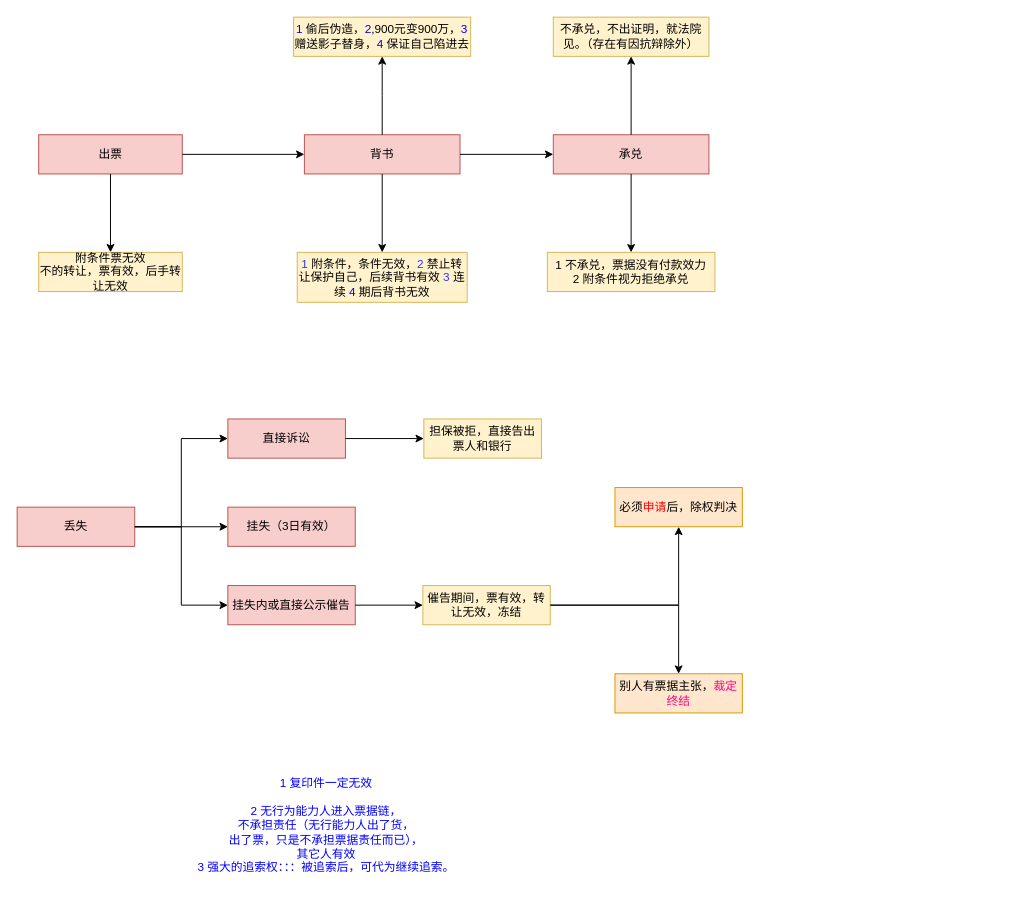
Before: 流程图文件/商经知/专题6票据法.drawio in woshiduanli/Study, a draw.io diagram. Source tidied: cells renumbered, new cells numbered last; positions are measured from the earlier drawing's top-left corner, leaving out a move shared by most shapes. Both pictures are drawn from the tidied source at 98%, with x=0, y=0 at pixel (17, 17).
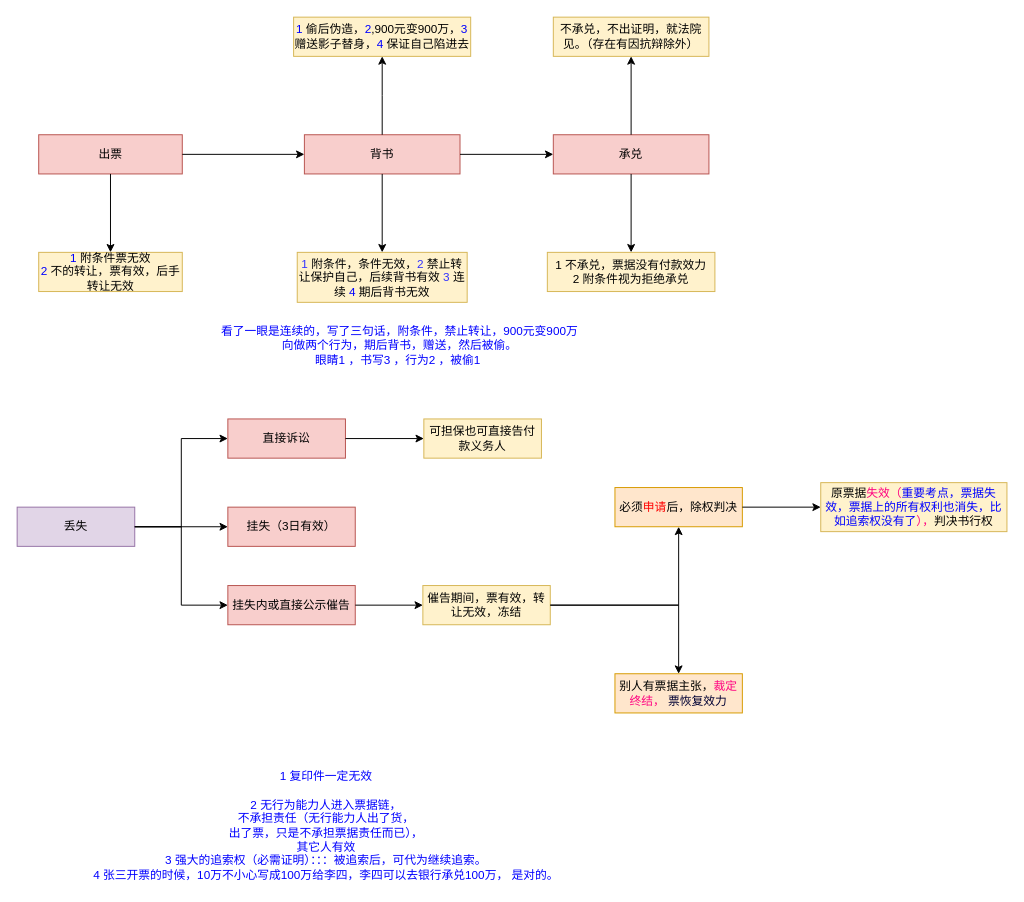
The same page after the edit.

Commit message (it also covers changes not shown here):
更新专题6票据法.drawio

The change refers to these unchanged cells:
```xml
<mxCell id="3" style="group;" parent="1" vertex="1">
  <mxGeometry y="410" width="740" height="300" as="geometry" />
</mxCell>
<mxCell id="13" value="必须&lt;font color=&quot;#ff0000&quot;&gt;申请&lt;/font&gt;后，除权判决" style="rounded=0;whiteSpace=wrap;html=1;fillColor=#ffe6cc;strokeColor=#d79b00;" parent="3" vertex="1">
  <mxGeometry x="610" y="70" width="130" height="40" as="geometry" />
</mxCell>
<mxCell id="19" style="group;" parent="1" vertex="1">
  <mxGeometry x="22" width="690" height="291" as="geometry" />
</mxCell>
```

Change to the diagram source:
```diff
@@
-    <mxCell id="2" value="&lt;font color=&quot;#0000ff&quot;&gt;1 复印件一定无效&lt;br&gt;&lt;br&gt;2 无行为能力人进入票据链，&lt;br&gt;不承担责任（无行能力人出了货，&lt;br&gt;出了票，只是不承担票据责任而已）， &lt;br&gt;其它人有效&lt;br&gt;3 强大的追索权：：：被追索后，可代为继续追索。&lt;br&gt;&lt;/font&gt;" style="text;html=1;align=center;verticalAlign=middle;strokeColor=none;fillColor=none;fontColor=#FF0080;" parent="1" vertex="1">
-      <mxGeometry x="170" y="775" width="290" height="100" as="geometry" />
+    <mxCell id="2" value="&lt;font color=&quot;#0000ff&quot;&gt;1 复印件一定无效&lt;br&gt;&lt;br&gt;2 无行为能力人进入票据链，&lt;br&gt;不承担责任（无行能力人出了货，&lt;br&gt;出了票，只是不承担票据责任而已）， &lt;br&gt;其它人有效&lt;br&gt;3 强大的追索权（必需证明）：：：被追索后，可代为继续追索。&lt;br&gt;4 张三开票的时候，10万不小心写成100万给李四，李四可以去银行承兑100万， 是对的。&lt;br&gt;&lt;/font&gt;" style="text;html=1;align=center;verticalAlign=middle;strokeColor=none;fillColor=none;fontColor=#FF0080;" parent="1" vertex="1">
+      <mxGeometry x="70" y="765" width="490" height="120" as="geometry" />
     </mxCell>
@@
-    <mxCell id="4" value="丢失" style="rounded=0;whiteSpace=wrap;html=1;fillColor=#f8cecc;strokeColor=#b85450;" parent="3" vertex="1">
+    <mxCell id="4" value="丢失" style="rounded=0;whiteSpace=wrap;html=1;fillColor=#e1d5e7;strokeColor=#9673a6;" parent="3" vertex="1">
       <mxGeometry y="90" width="120" height="40" as="geometry" />
     </mxCell>
@@
-    <mxCell id="15" value="别人有票据主张，&lt;font color=&quot;#ff0080&quot;&gt;裁定终结&lt;/font&gt;" style="rounded=0;whiteSpace=wrap;html=1;fillColor=#ffe6cc;strokeColor=#d79b00;" parent="3" vertex="1">
+    <mxCell id="15" value="别人有票据主张，&lt;font color=&quot;#ff0080&quot;&gt;裁定终结， &lt;/font&gt;&lt;font color=&quot;#000033&quot;&gt;票恢复效力&lt;/font&gt;" style="rounded=0;whiteSpace=wrap;html=1;fillColor=#ffe6cc;strokeColor=#d79b00;" parent="3" vertex="1">
       <mxGeometry x="610" y="260" width="130" height="40" as="geometry" />
     </mxCell>
@@
-    <mxCell id="17" value="担保被拒，直接告出票人和银行" style="rounded=0;whiteSpace=wrap;html=1;fillColor=#fff2cc;strokeColor=#d6b656;" parent="3" vertex="1">
+    <mxCell id="17" value="可担保也可直接告付款义务人" style="rounded=0;whiteSpace=wrap;html=1;fillColor=#fff2cc;strokeColor=#d6b656;" parent="3" vertex="1">
       <mxGeometry x="415" width="120" height="40" as="geometry" />
     </mxCell>
@@
-    <mxCell id="25" value="附条件票无效&lt;br&gt;不的转让，票有效，后手转让无效" style="rounded=0;whiteSpace=wrap;html=1;fillColor=#fff2cc;strokeColor=#d6b656;" parent="19" vertex="1">
+    <mxCell id="25" value="&lt;font color=&quot;#0000ff&quot;&gt;1&lt;/font&gt; 附条件票无效&lt;br&gt;&lt;font color=&quot;#0000ff&quot;&gt;2 &lt;/font&gt;不的转让，票有效，后手转让无效" style="rounded=0;whiteSpace=wrap;html=1;fillColor=#fff2cc;strokeColor=#d6b656;" parent="19" vertex="1">
       <mxGeometry y="240" width="146.5" height="40" as="geometry" />
     </mxCell>
@@
+    <mxCell id="35" value="看了一眼是连续的，写了三句话，附条件，禁止转让，900元变900万&lt;br&gt;向做两个行为，期后背书，赠送，然后被偷。&lt;br&gt;眼睛1 ，书写3 ，行为2 ，被偷1&amp;nbsp;" style="text;html=1;align=center;verticalAlign=middle;strokeColor=none;fillColor=none;fontColor=#0000FF;" parent="1" vertex="1">
+      <mxGeometry x="200" y="310" width="380" height="50" as="geometry" />
+    </mxCell>
+    <mxCell id="36" value="原票据&lt;font color=&quot;#ff0080&quot;&gt;失效（&lt;/font&gt;&lt;font color=&quot;#0000ff&quot;&gt;重要考点，票据失效，票据上的所有权利也消失，比如追索权没有了&lt;/font&gt;&lt;font color=&quot;#ff0080&quot;&gt;），&lt;/font&gt;判决书行权" style="rounded=0;whiteSpace=wrap;html=1;fillColor=#fff2cc;strokeColor=#d6b656;" parent="1" vertex="1">
+      <mxGeometry x="820" y="475" width="190" height="50" as="geometry" />
+    </mxCell>
+    <mxCell id="37" style="edgeStyle=orthogonalEdgeStyle;rounded=0;jettySize=auto;html=1;fontColor=#0000FF;" parent="1" edge="1" source="13" target="36">
+      <mxGeometry relative="1" as="geometry" />
+    </mxCell>
```
